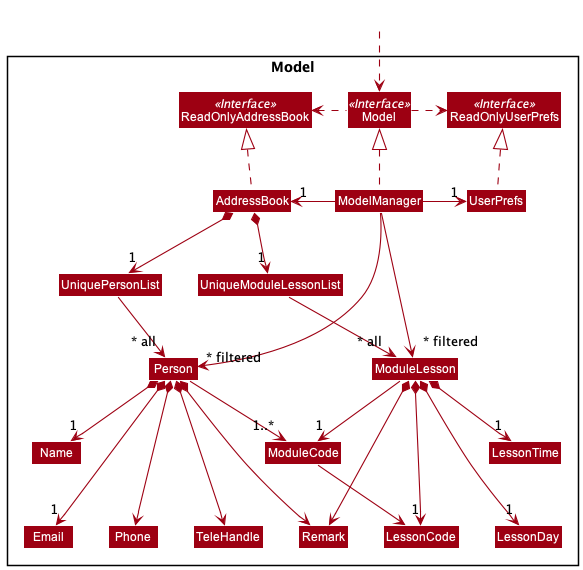
Before: docs/images/ModelClassDiagram.png, a diagram exported from PlantUML (nus-cs2103-AY2122S1/tp).
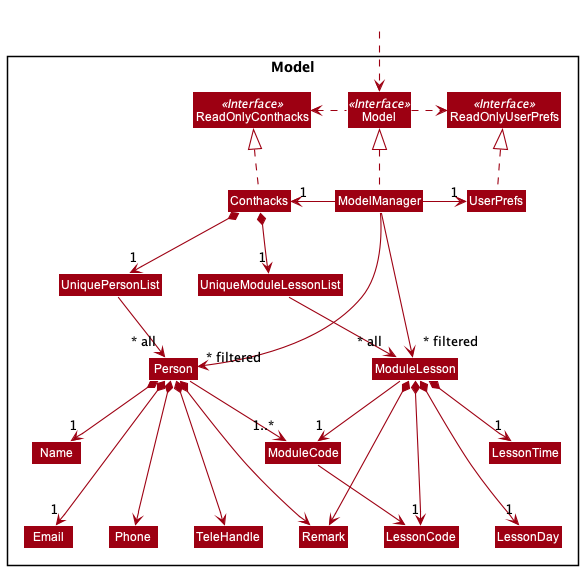
Later version of the same file.

Commit message:
Update UML diagrams to reflect Conthacks instead of Addressbook

Change to the diagram source:
```diff
@@ -5,11 +5,11 @@
 skinparam classBackgroundColor MODEL_COLOR
 
 Package Model <<Rectangle>>{
-Interface ReadOnlyAddressBook <<Interface>>
+Interface ReadOnlyConthacks <<Interface>>
 Interface ReadOnlyUserPrefs <<Interface>>
 Interface Model <<Interface>>
-Class AddressBook
-Class ReadOnlyAddressBook
+Class Conthacks
+Class ReadOnlyConthacks
 Class Model
 Class ModelManager
 Class UserPrefs
@@ -35,16 +35,16 @@
 Class HiddenOutside #FFFFFF
 HiddenOutside ..> Model
 
-AddressBook .up.|> ReadOnlyAddressBook
+Conthacks .up.|> ReadOnlyConthacks
 
 ModelManager .up.|> Model
 Model .right.> ReadOnlyUserPrefs
-Model .left.> ReadOnlyAddressBook
-ModelManager -left-> "1" AddressBook
+Model .left.> ReadOnlyConthacks
+ModelManager -left-> "1" Conthacks
 ModelManager -right-> "1" UserPrefs
 UserPrefs .up.|> ReadOnlyUserPrefs
 
-AddressBook *--> "1" UniquePersonList
+Conthacks *--> "1" UniquePersonList
 UniquePersonList --> "~* all" Person
 Person *--> "1" Name
 Person *---> "1" Email
@@ -52,7 +52,7 @@
 Person *---> TeleHandle
 Person --> "1..*" ModuleCode
 Person *---> Remark
-AddressBook *--> "1" UniqueModuleLessonList
+Conthacks *--> "1" UniqueModuleLessonList
 UniqueModuleLessonList --> "~* all" ModuleLesson
 ModuleLesson *--> Remark
 ModuleLesson --> "1" ModuleCode
```
